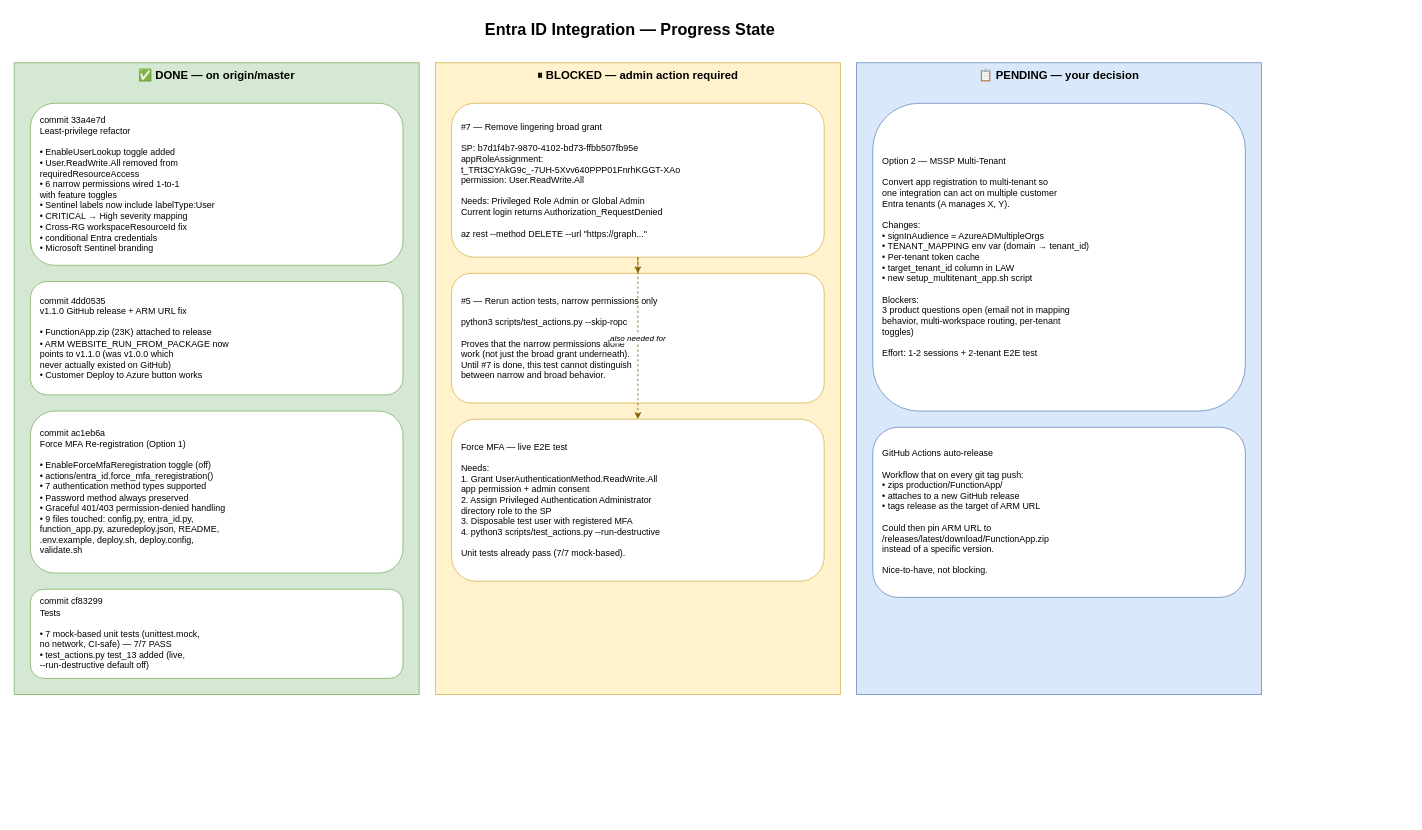
This is page "3. Progress" (3 of 3) of docs/diagrams/entra-id-overview.drawio from orcunsami/SOCRadar-Azure-Entra-ID, a draw.io file, before an edit. Source tidied: cells renumbered, new cells numbered last; positions are measured from the earlier drawing's top-left corner, leaving out a move shared by most shapes. Both pictures are drawn from the tidied source at 81%, with x=0, y=0 at pixel (14, 14).
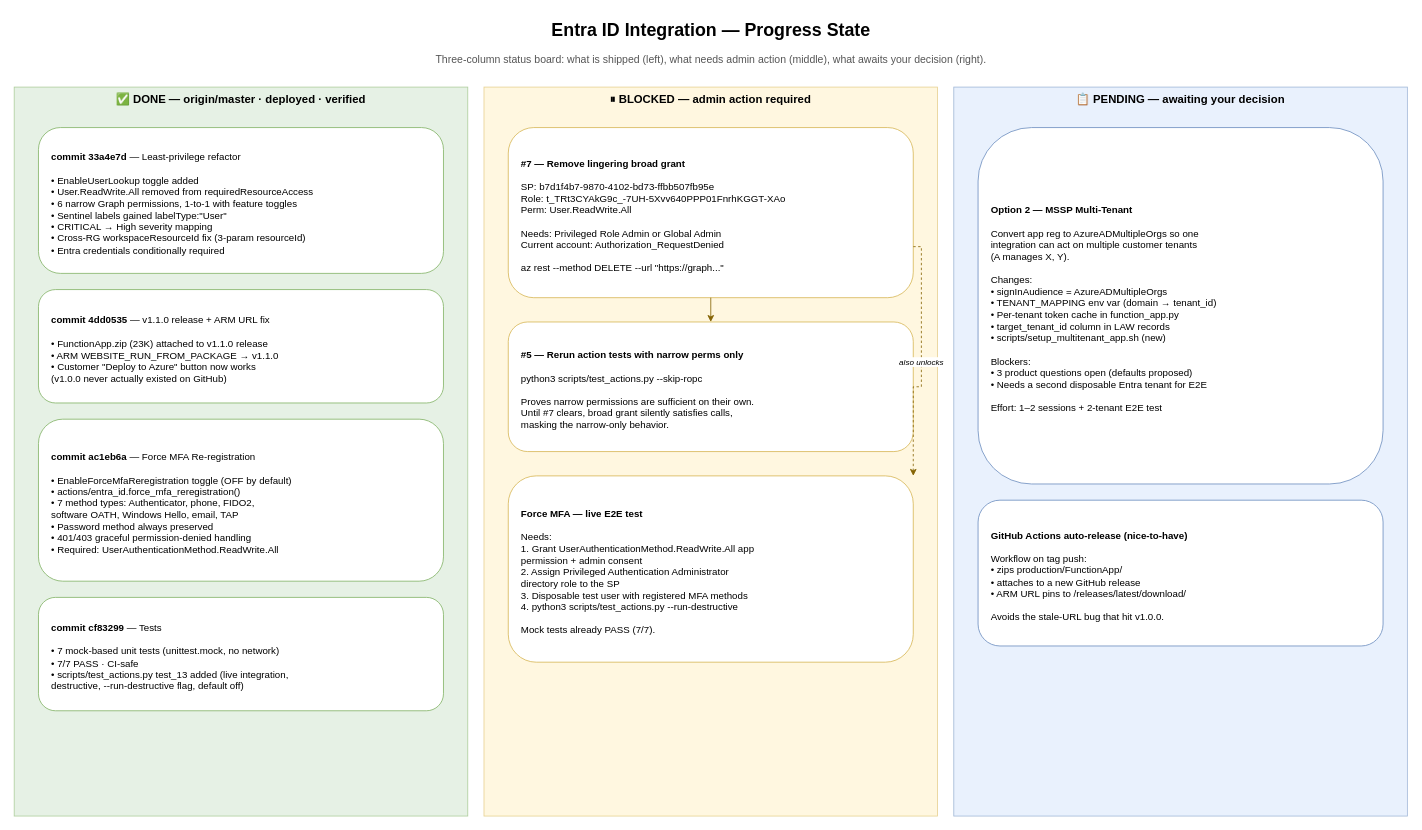
The same page after the edit.

The edit, as a diff of the source:
```diff
@@
 <mxGraphModel>
   <root>
     <mxCell id="0" />
     <mxCell id="1" parent="0" />
-    <mxCell id="2" value="Entra ID Integration — Progress State" style="text;strokeColor=none;fillColor=none;html=1;fontSize=20;fontStyle=1;align=center;" parent="1" vertex="1">
-      <mxGeometry width="1520" height="40" as="geometry" />
+    <mxCell id="2" value="Entra ID Integration — Progress State" style="text;strokeColor=none;fillColor=none;html=1;fontSize=22;fontStyle=1;align=center;" parent="1" vertex="1">
+      <mxGeometry width="1720" height="40" as="geometry" />
     </mxCell>
+    <mxCell id="17" value="Three-column status board: what is shipped (left), what needs admin action (middle), what awaits your decision (right)." style="text;strokeColor=none;fillColor=none;html=1;fontSize=13;align=center;fontColor=#555;" parent="1" vertex="1">
+      <mxGeometry y="42" width="1720" height="24" as="geometry" />
+    </mxCell>
-    <mxCell id="3" value="✅ DONE — on origin/master" style="rounded=0;whiteSpace=wrap;html=1;fillColor=#d5e8d4;strokeColor=#82b366;fontSize=14;fontStyle=1;verticalAlign=top;" parent="1" vertex="1">
-      <mxGeometry y="60" width="500" height="780" as="geometry" />
+    <mxCell id="3" value="✅ DONE — origin/master · deployed · verified" style="rounded=0;whiteSpace=wrap;html=1;fillColor=#d5e8d4;strokeColor=#82b366;fontSize=14;fontStyle=1;verticalAlign=top;opacity=60;" parent="1" vertex="1">
+      <mxGeometry y="90" width="560" height="900" as="geometry" />
     </mxCell>
-    <mxCell id="4" value="commit 33a4e7d&#10;Least-privilege refactor&#10;&#10;• EnableUserLookup toggle added&#10;• User.ReadWrite.All removed from&#10;  requiredResourceAccess&#10;• 6 narrow permissions wired 1-to-1&#10;  with feature toggles&#10;• Sentinel labels now include labelType:User&#10;• CRITICAL → High severity mapping&#10;• Cross-RG workspaceResourceId fix&#10;• conditional Entra credentials&#10;• Microsoft Sentinel branding" style="rounded=1;whiteSpace=wrap;html=1;fillColor=#ffffff;strokeColor=#82b366;fontSize=11;align=left;spacingLeft=10;" parent="1" vertex="1">
-      <mxGeometry x="20" y="110" width="460" height="200" as="geometry" />
+    <mxCell id="4" value="&lt;b&gt;commit 33a4e7d&lt;/b&gt; — Least-privilege refactor&#10;&#10;• EnableUserLookup toggle added&#10;• User.ReadWrite.All removed from requiredResourceAccess&#10;• 6 narrow Graph permissions, 1-to-1 with feature toggles&#10;• Sentinel labels gained labelType:&quot;User&quot;&#10;• CRITICAL → High severity mapping&#10;• Cross-RG workspaceResourceId fix (3-param resourceId)&#10;• Entra credentials conditionally required" style="rounded=1;whiteSpace=wrap;html=1;fillColor=#ffffff;strokeColor=#82b366;fontSize=12;align=left;spacingLeft=14;spacingTop=8;" parent="1" vertex="1">
+      <mxGeometry x="30" y="140" width="500" height="180" as="geometry" />
     </mxCell>
-    <mxCell id="5" value="commit 4dd0535&#10;v1.1.0 GitHub release + ARM URL fix&#10;&#10;• FunctionApp.zip (23K) attached to release&#10;• ARM WEBSITE_RUN_FROM_PACKAGE now&#10;  points to v1.1.0 (was v1.0.0 which&#10;  never actually existed on GitHub)&#10;• Customer Deploy to Azure button works" style="rounded=1;whiteSpace=wrap;html=1;fillColor=#ffffff;strokeColor=#82b366;fontSize=11;align=left;spacingLeft=10;" parent="1" vertex="1">
-      <mxGeometry x="20" y="330" width="460" height="140" as="geometry" />
+    <mxCell id="5" value="&lt;b&gt;commit 4dd0535&lt;/b&gt; — v1.1.0 release + ARM URL fix&#10;&#10;• FunctionApp.zip (23K) attached to v1.1.0 release&#10;• ARM WEBSITE_RUN_FROM_PACKAGE → v1.1.0&#10;• Customer &quot;Deploy to Azure&quot; button now works&#10;  (v1.0.0 never actually existed on GitHub)" style="rounded=1;whiteSpace=wrap;html=1;fillColor=#ffffff;strokeColor=#82b366;fontSize=12;align=left;spacingLeft=14;spacingTop=8;" parent="1" vertex="1">
+      <mxGeometry x="30" y="340" width="500" height="140" as="geometry" />
     </mxCell>
-    <mxCell id="6" value="commit ac1eb6a&#10;Force MFA Re-registration (Option 1)&#10;&#10;• EnableForceMfaReregistration toggle (off)&#10;• actions/entra_id.force_mfa_reregistration()&#10;• 7 authentication method types supported&#10;• Password method always preserved&#10;• Graceful 401/403 permission-denied handling&#10;• 9 files touched: config.py, entra_id.py,&#10;  function_app.py, azuredeploy.json, README,&#10;  .env.example, deploy.sh, deploy.config,&#10;  validate.sh" style="rounded=1;whiteSpace=wrap;html=1;fillColor=#ffffff;strokeColor=#82b366;fontSize=11;align=left;spacingLeft=10;" parent="1" vertex="1">
-      <mxGeometry x="20" y="490" width="460" height="200" as="geometry" />
+    <mxCell id="6" value="&lt;b&gt;commit ac1eb6a&lt;/b&gt; — Force MFA Re-registration&#10;&#10;• EnableForceMfaReregistration toggle (OFF by default)&#10;• actions/entra_id.force_mfa_reregistration()&#10;• 7 method types: Authenticator, phone, FIDO2,&#10;  software OATH, Windows Hello, email, TAP&#10;• Password method always preserved&#10;• 401/403 graceful permission-denied handling&#10;• Required: UserAuthenticationMethod.ReadWrite.All" style="rounded=1;whiteSpace=wrap;html=1;fillColor=#ffffff;strokeColor=#82b366;fontSize=12;align=left;spacingLeft=14;spacingTop=8;" parent="1" vertex="1">
+      <mxGeometry x="30" y="500" width="500" height="200" as="geometry" />
     </mxCell>
-    <mxCell id="7" value="commit cf83299&#10;Tests&#10;&#10;• 7 mock-based unit tests (unittest.mock,&#10;  no network, CI-safe) — 7/7 PASS&#10;• test_actions.py test_13 added (live,&#10;  --run-destructive default off)" style="rounded=1;whiteSpace=wrap;html=1;fillColor=#ffffff;strokeColor=#82b366;fontSize=11;align=left;spacingLeft=10;" parent="1" vertex="1">
-      <mxGeometry x="20" y="710" width="460" height="110" as="geometry" />
+    <mxCell id="7" value="&lt;b&gt;commit cf83299&lt;/b&gt; — Tests&#10;&#10;• 7 mock-based unit tests (unittest.mock, no network)&#10;• 7/7 PASS · CI-safe&#10;• scripts/test_actions.py test_13 added (live integration,&#10;  destructive, --run-destructive flag, default off)" style="rounded=1;whiteSpace=wrap;html=1;fillColor=#ffffff;strokeColor=#82b366;fontSize=12;align=left;spacingLeft=14;spacingTop=8;" parent="1" vertex="1">
+      <mxGeometry x="30" y="720" width="500" height="140" as="geometry" />
     </mxCell>
-    <mxCell id="8" value="⏸ BLOCKED — admin action required" style="rounded=0;whiteSpace=wrap;html=1;fillColor=#fff2cc;strokeColor=#d6b656;fontSize=14;fontStyle=1;verticalAlign=top;" parent="1" vertex="1">
-      <mxGeometry x="520" y="60" width="500" height="780" as="geometry" />
+    <mxCell id="8" value="⏸ BLOCKED — admin action required" style="rounded=0;whiteSpace=wrap;html=1;fillColor=#fff2cc;strokeColor=#d6b656;fontSize=14;fontStyle=1;verticalAlign=top;opacity=60;" parent="1" vertex="1">
+      <mxGeometry x="580" y="90" width="560" height="900" as="geometry" />
     </mxCell>
-    <mxCell id="9" value="#7 — Remove lingering broad grant&#10;&#10;SP: b7d1f4b7-9870-4102-bd73-ffbb507fb95e&#10;appRoleAssignment:&#10;  t_TRt3CYAkG9c_-7UH-5Xvv640PPP01FnrhKGGT-XAo&#10;permission: User.ReadWrite.All&#10;&#10;Needs: Privileged Role Admin or Global Admin&#10;Current login returns Authorization_RequestDenied&#10;&#10;az rest --method DELETE --url &quot;https://graph...&quot;" style="rounded=1;whiteSpace=wrap;html=1;fillColor=#ffffff;strokeColor=#d6b656;fontSize=11;align=left;spacingLeft=10;" parent="1" vertex="1">
-      <mxGeometry x="540" y="110" width="460" height="190" as="geometry" />
+    <mxCell id="9" value="&lt;b&gt;#7 — Remove lingering broad grant&lt;/b&gt;&#10;&#10;SP:   b7d1f4b7-9870-4102-bd73-ffbb507fb95e&#10;Role: t_TRt3CYAkG9c_-7UH-5Xvv640PPP01FnrhKGGT-XAo&#10;Perm: User.ReadWrite.All&#10;&#10;Needs: Privileged Role Admin or Global Admin&#10;Current account: Authorization_RequestDenied&#10;&#10;az rest --method DELETE --url &quot;https://graph...&quot;" style="rounded=1;whiteSpace=wrap;html=1;fillColor=#ffffff;strokeColor=#d6b656;fontSize=12;align=left;spacingLeft=14;spacingTop=8;" parent="1" vertex="1">
+      <mxGeometry x="610" y="140" width="500" height="210" as="geometry" />
     </mxCell>
-    <mxCell id="10" value="#5 — Rerun action tests, narrow permissions only&#10;&#10;python3 scripts/test_actions.py --skip-ropc&#10;&#10;Proves that the narrow permissions alone&#10;work (not just the broad grant underneath).&#10;Until #7 is done, this test cannot distinguish&#10;between narrow and broad behavior." style="rounded=1;whiteSpace=wrap;html=1;fillColor=#ffffff;strokeColor=#d6b656;fontSize=11;align=left;spacingLeft=10;" parent="1" vertex="1">
-      <mxGeometry x="540" y="320" width="460" height="160" as="geometry" />
+    <mxCell id="10" value="&lt;b&gt;#5 — Rerun action tests with narrow perms only&lt;/b&gt;&#10;&#10;python3 scripts/test_actions.py --skip-ropc&#10;&#10;Proves narrow permissions are sufficient on their own.&#10;Until #7 clears, broad grant silently satisfies calls,&#10;masking the narrow-only behavior." style="rounded=1;whiteSpace=wrap;html=1;fillColor=#ffffff;strokeColor=#d6b656;fontSize=12;align=left;spacingLeft=14;spacingTop=8;" parent="1" vertex="1">
+      <mxGeometry x="610" y="380" width="500" height="160" as="geometry" />
     </mxCell>
-    <mxCell id="11" value="Force MFA — live E2E test&#10;&#10;Needs:&#10;1. Grant UserAuthenticationMethod.ReadWrite.All&#10;   app permission + admin consent&#10;2. Assign Privileged Authentication Administrator&#10;   directory role to the SP&#10;3. Disposable test user with registered MFA&#10;4. python3 scripts/test_actions.py --run-destructive&#10;&#10;Unit tests already pass (7/7 mock-based)." style="rounded=1;whiteSpace=wrap;html=1;fillColor=#ffffff;strokeColor=#d6b656;fontSize=11;align=left;spacingLeft=10;" parent="1" vertex="1">
-      <mxGeometry x="540" y="500" width="460" height="200" as="geometry" />
+    <mxCell id="11" value="&lt;b&gt;Force MFA — live E2E test&lt;/b&gt;&#10;&#10;Needs:&#10;1. Grant UserAuthenticationMethod.ReadWrite.All app&#10;   permission + admin consent&#10;2. Assign Privileged Authentication Administrator&#10;   directory role to the SP&#10;3. Disposable test user with registered MFA methods&#10;4. python3 scripts/test_actions.py --run-destructive&#10;&#10;Mock tests already PASS (7/7)." style="rounded=1;whiteSpace=wrap;html=1;fillColor=#ffffff;strokeColor=#d6b656;fontSize=12;align=left;spacingLeft=14;spacingTop=8;" parent="1" vertex="1">
+      <mxGeometry x="610" y="570" width="500" height="230" as="geometry" />
     </mxCell>
-    <mxCell id="12" style="endArrow=classic;html=1;strokeColor=#856404;" parent="1" edge="1" source="9" target="10">
+    <mxCell id="12" style="edgeStyle=orthogonalEdgeStyle;rounded=0;html=1;endArrow=classic;strokeColor=#856404;exitX=0.5;exitY=1;entryX=0.5;entryY=0;" parent="1" edge="1" source="9" target="10">
       <mxGeometry relative="1" as="geometry" />
     </mxCell>
-    <mxCell id="13" value="also needed for" style="endArrow=classic;html=1;strokeColor=#856404;dashed=1;fontSize=10;fontStyle=2;" parent="1" edge="1" source="9" target="11">
+    <mxCell id="13" value="also unlocks" style="edgeStyle=orthogonalEdgeStyle;rounded=0;html=1;endArrow=classic;strokeColor=#856404;dashed=1;exitX=1;exitY=0.7;entryX=1;entryY=0;fontSize=10;fontStyle=2;" parent="1" edge="1" source="9" target="11">
       <mxGeometry relative="1" as="geometry" />
     </mxCell>
-    <mxCell id="14" value="📋 PENDING — your decision" style="rounded=0;whiteSpace=wrap;html=1;fillColor=#dae8fc;strokeColor=#6c8ebf;fontSize=14;fontStyle=1;verticalAlign=top;" parent="1" vertex="1">
-      <mxGeometry x="1040" y="60" width="500" height="780" as="geometry" />
+    <mxCell id="14" value="📋 PENDING — awaiting your decision" style="rounded=0;whiteSpace=wrap;html=1;fillColor=#dae8fc;strokeColor=#6c8ebf;fontSize=14;fontStyle=1;verticalAlign=top;opacity=60;" parent="1" vertex="1">
+      <mxGeometry x="1160" y="90" width="560" height="900" as="geometry" />
     </mxCell>
-    <mxCell id="15" value="Option 2 — MSSP Multi-Tenant&#10;&#10;Convert app registration to multi-tenant so&#10;one integration can act on multiple customer&#10;Entra tenants (A manages X, Y).&#10;&#10;Changes:&#10;• signInAudience = AzureADMultipleOrgs&#10;• TENANT_MAPPING env var (domain → tenant_id)&#10;• Per-tenant token cache&#10;• target_tenant_id column in LAW&#10;• new setup_multitenant_app.sh script&#10;&#10;Blockers:&#10;3 product questions open (email not in mapping&#10;behavior, multi-workspace routing, per-tenant&#10;toggles)&#10;&#10;Effort: 1-2 sessions + 2-tenant E2E test" style="rounded=1;whiteSpace=wrap;html=1;fillColor=#ffffff;strokeColor=#6c8ebf;fontSize=11;align=left;spacingLeft=10;" parent="1" vertex="1">
-      <mxGeometry x="1060" y="110" width="460" height="380" as="geometry" />
+    <mxCell id="15" value="&lt;b&gt;Option 2 — MSSP Multi-Tenant&lt;/b&gt;&#10;&#10;Convert app reg to AzureADMultipleOrgs so one&#10;integration can act on multiple customer tenants&#10;(A manages X, Y).&#10;&#10;Changes:&#10;• signInAudience = AzureADMultipleOrgs&#10;• TENANT_MAPPING env var (domain → tenant_id)&#10;• Per-tenant token cache in function_app.py&#10;• target_tenant_id column in LAW records&#10;• scripts/setup_multitenant_app.sh (new)&#10;&#10;Blockers:&#10;• 3 product questions open (defaults proposed)&#10;• Needs a second disposable Entra tenant for E2E&#10;&#10;Effort: 1–2 sessions + 2-tenant E2E test" style="rounded=1;whiteSpace=wrap;html=1;fillColor=#ffffff;strokeColor=#6c8ebf;fontSize=12;align=left;spacingLeft=14;spacingTop=8;" parent="1" vertex="1">
+      <mxGeometry x="1190" y="140" width="500" height="440" as="geometry" />
     </mxCell>
-    <mxCell id="16" value="GitHub Actions auto-release&#10;&#10;Workflow that on every git tag push:&#10;• zips production/FunctionApp/&#10;• attaches to a new GitHub release&#10;• tags release as the target of ARM URL&#10;&#10;Could then pin ARM URL to&#10;/releases/latest/download/FunctionApp.zip&#10;instead of a specific version.&#10;&#10;Nice-to-have, not blocking." style="rounded=1;whiteSpace=wrap;html=1;fillColor=#ffffff;strokeColor=#6c8ebf;fontSize=11;align=left;spacingLeft=10;" parent="1" vertex="1">
-      <mxGeometry x="1060" y="510" width="460" height="210" as="geometry" />
+    <mxCell id="16" value="&lt;b&gt;GitHub Actions auto-release (nice-to-have)&lt;/b&gt;&#10;&#10;Workflow on tag push:&#10;• zips production/FunctionApp/&#10;• attaches to a new GitHub release&#10;• ARM URL pins to /releases/latest/download/&#10;&#10;Avoids the stale-URL bug that hit v1.0.0." style="rounded=1;whiteSpace=wrap;html=1;fillColor=#ffffff;strokeColor=#6c8ebf;fontSize=12;align=left;spacingLeft=14;spacingTop=8;" parent="1" vertex="1">
+      <mxGeometry x="1190" y="600" width="500" height="180" as="geometry" />
     </mxCell>
   </root>
 </mxGraphModel>
```
